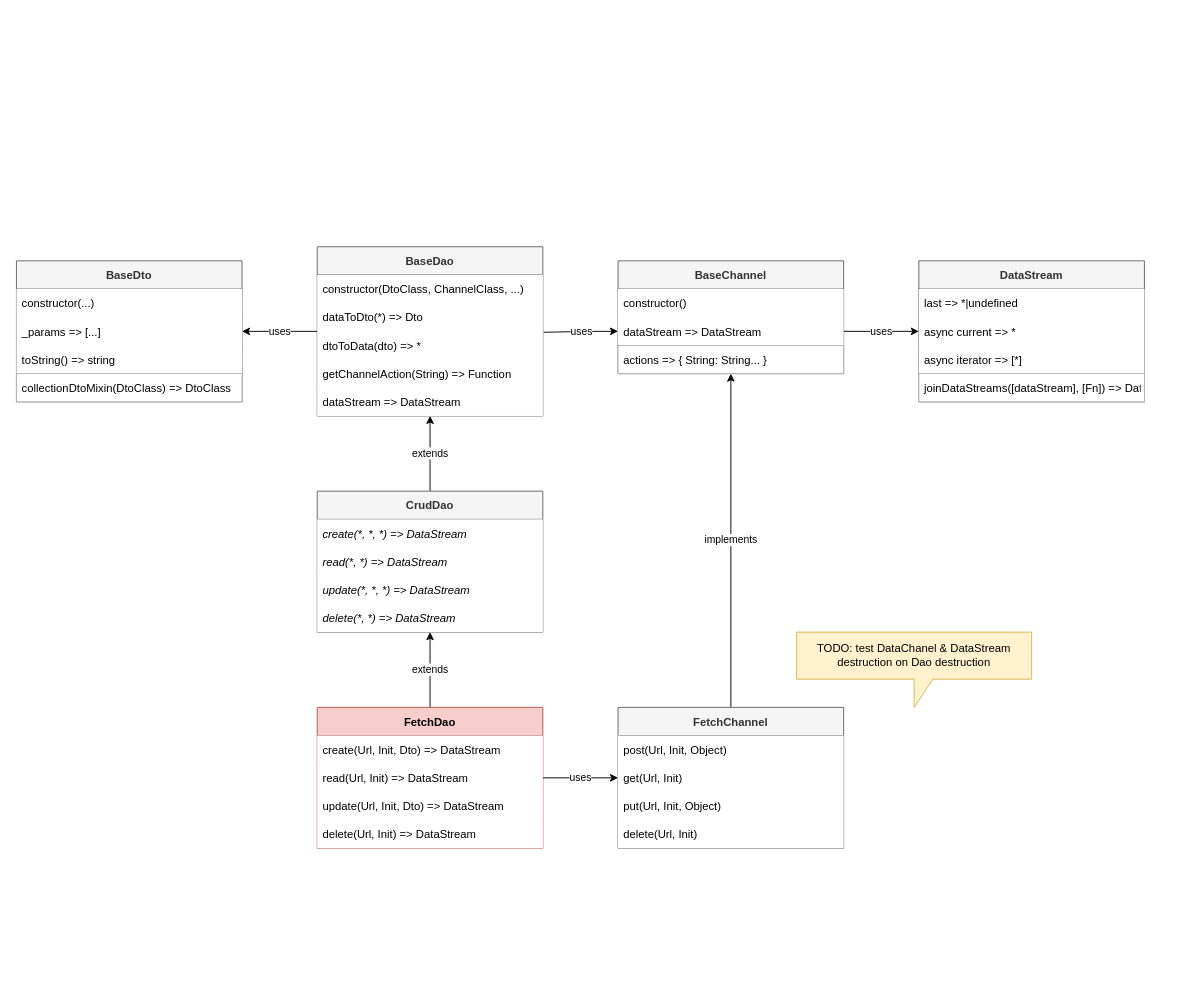
This is architecture.drawio from sposh/data-access, a draw.io file, before an edit. Source tidied: cells renumbered, new cells numbered last; positions are measured from the earlier drawing's top-left corner, leaving out a move shared by most shapes. Both pictures are drawn from the tidied source at 94%, with x=0, y=0 at pixel (16, 246).
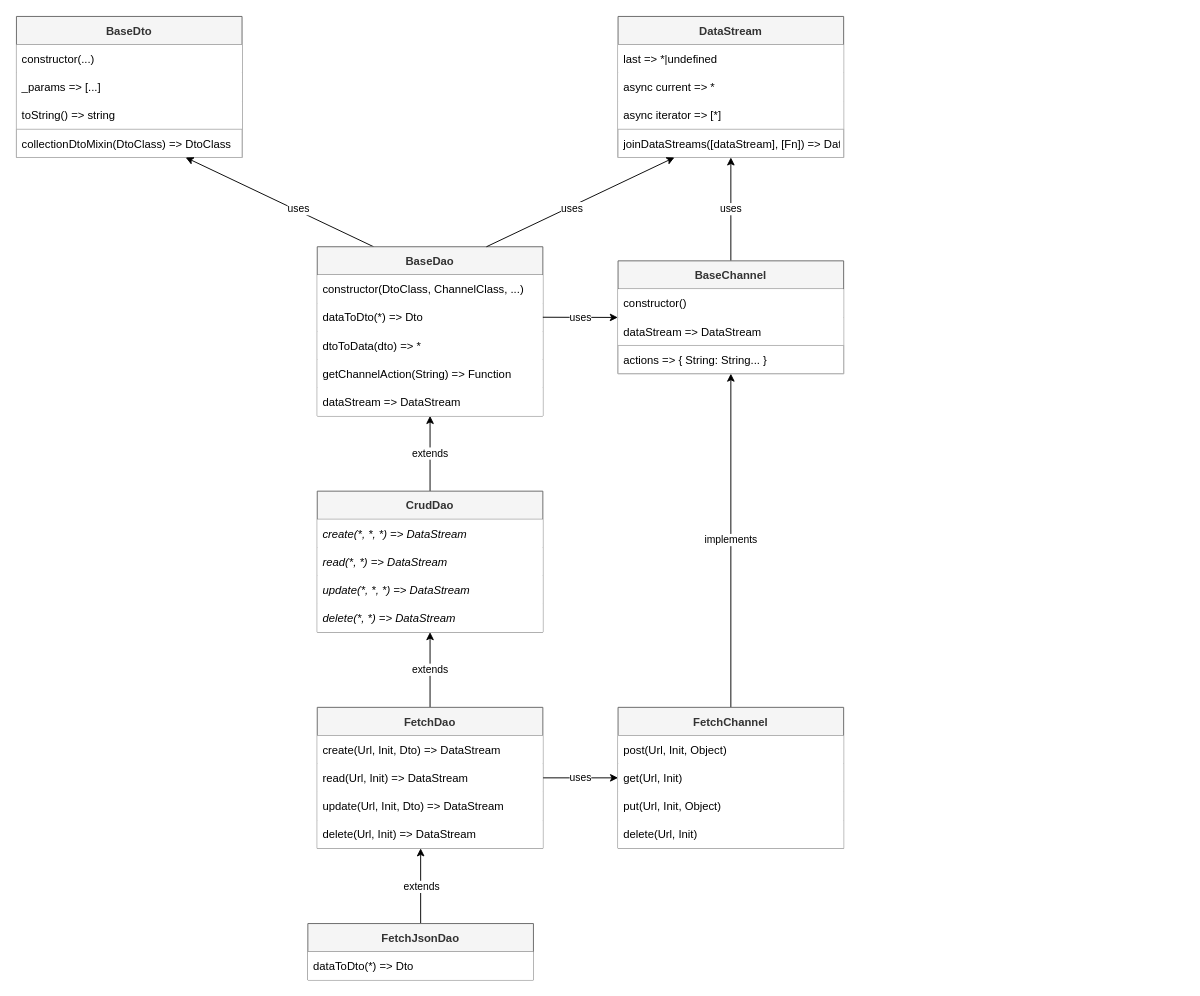
The same page after the edit.

The change refers to these unchanged cells:
```xml
<mxCell id="15" value="BaseDao" style="swimlane;fontStyle=1;horizontal=1;startSize=30;fillColor=#f5f5f5;fontColor=#333333;strokeColor=#666666;" parent="1" vertex="1">
  <mxGeometry x="320" width="240" height="180" as="geometry" />
</mxCell>
<mxCell id="17" value="dataToDto(*) =&gt; Dto" style="text;strokeColor=none;fillColor=default;align=left;verticalAlign=middle;spacingLeft=4;spacingRight=4;overflow=hidden;points=[[0,0.5],[1,0.5]];portConstraint=eastwest;" parent="15" vertex="1">
  <mxGeometry y="60" width="240" height="30" as="geometry" />
</mxCell>
<mxCell id="41" value="BaseChannel" style="swimlane;fontStyle=1;horizontal=1;startSize=30;fillColor=#f5f5f5;fontColor=#333333;strokeColor=#666666;" parent="1" vertex="1">
  <mxGeometry x="640" y="15" width="240" height="120" as="geometry" />
</mxCell>
<mxCell id="42" value="constructor()" style="text;strokeColor=none;fillColor=default;align=left;verticalAlign=middle;spacingLeft=4;spacingRight=4;overflow=hidden;points=[[0,0.5],[1,0.5]];portConstraint=eastwest;" parent="41" vertex="1">
  <mxGeometry y="30" width="240" height="30" as="geometry" />
</mxCell>
<mxCell id="43" value="dataStream =&gt; DataStream" style="text;strokeColor=none;fillColor=default;align=left;verticalAlign=middle;spacingLeft=4;spacingRight=4;overflow=hidden;points=[[0,0.5],[1,0.5]];portConstraint=eastwest;" parent="41" vertex="1">
  <mxGeometry y="60" width="240" height="30" as="geometry" />
</mxCell>
```

Change to the diagram source:
```diff
@@
     <mxCell id="2" value="BaseDto" style="swimlane;fontStyle=1;horizontal=1;startSize=30;fillColor=#f5f5f5;fontColor=#333333;strokeColor=#666666;" parent="1" vertex="1">
-      <mxGeometry y="15" width="240" height="150" as="geometry" />
+      <mxGeometry y="-245" width="240" height="150" as="geometry" />
     </mxCell>
@@
     <mxCell id="7" value="DataStream" style="swimlane;fontStyle=1;horizontal=1;startSize=30;fillColor=#f5f5f5;fontColor=#333333;strokeColor=#666666;" parent="1" vertex="1">
-      <mxGeometry x="960" y="15" width="240" height="150" as="geometry" />
+      <mxGeometry x="640" y="-245" width="240" height="150" as="geometry" />
     </mxCell>
@@
-    <mxCell id="12" value="uses" style="edgeStyle=orthogonalEdgeStyle;rounded=0;jettySize=auto;html=1;exitX=1;exitY=0.5;exitDx=0;exitDy=0;" parent="1" edge="1" source="43" target="7">
+    <mxCell id="12" value="uses" style="edgeStyle=orthogonalEdgeStyle;rounded=0;jettySize=auto;html=1;exitX=0.5;exitY=0;exitDx=0;exitDy=0;entryX=0.5;entryY=1;entryDx=0;entryDy=0;" parent="1" edge="1" source="41" target="7">
       <mxGeometry relative="1" as="geometry" />
     </mxCell>
-    <mxCell id="13" value="uses" style="edgeStyle=orthogonalEdgeStyle;rounded=0;jettySize=auto;html=1;" parent="1" edge="1" source="15" target="2">
-      <mxGeometry relative="1" as="geometry" />
+    <mxCell id="13" value="uses" style="rounded=0;jettySize=auto;html=1;exitX=0.25;exitY=0;exitDx=0;exitDy=0;entryX=0.75;entryY=1;entryDx=0;entryDy=0;" parent="1" edge="1" source="15" target="2">
+      <mxGeometry x="-0.19" y="-2" relative="1" as="geometry" />
     </mxCell>
-    <mxCell id="14" value="uses" style="edgeStyle=orthogonalEdgeStyle;rounded=0;jettySize=auto;html=1;entryX=0;entryY=0.5;entryDx=0;entryDy=0;exitX=1.004;exitY=1.033;exitDx=0;exitDy=0;exitPerimeter=0;" parent="1" edge="1" source="17" target="43">
-      <mxGeometry relative="1" as="geometry">
-        <Array as="points">
-          <mxPoint x="610" y="90" />
-          <mxPoint x="610" y="90" />
-        </Array>
-      </mxGeometry>
-    </mxCell>
@@
-    <mxCell id="35" value="FetchDao" style="swimlane;fontStyle=1;horizontal=1;startSize=30;fillColor=#f8cecc;strokeColor=#b85450;" parent="1" vertex="1">
+    <mxCell id="35" value="FetchDao" style="swimlane;fontStyle=1;horizontal=1;startSize=30;fillColor=#f5f5f5;strokeColor=#666666;fontColor=#333333;" parent="1" vertex="1">
       <mxGeometry x="320" y="490" width="240" height="150" as="geometry" />
     </mxCell>
@@
-    <mxCell id="40" value="TODO: test DataChanel &amp;amp; DataStream destruction on Dao destruction" style="shape=callout;whiteSpace=wrap;html=1;perimeter=calloutPerimeter;fillColor=#fff2cc;strokeColor=#d6b656;" parent="1" vertex="1">
-      <mxGeometry x="830" y="410" width="250" height="80" as="geometry" />
-    </mxCell>
@@
+    <mxCell id="45" value="uses" style="rounded=0;jettySize=auto;html=1;exitX=0.75;exitY=0;exitDx=0;exitDy=0;entryX=0.25;entryY=1;entryDx=0;entryDy=0;" parent="1" edge="1" source="15" target="7">
+      <mxGeometry x="-0.11" y="-2" relative="1" as="geometry">
+        <mxPoint x="1" as="offset" />
+      </mxGeometry>
+    </mxCell>
+    <mxCell id="46" value="uses" style="edgeStyle=none;rounded=0;jettySize=auto;html=1;exitX=1;exitY=0.5;exitDx=0;exitDy=0;entryX=-0.001;entryY=1.007;entryDx=0;entryDy=0;entryPerimeter=0;" parent="1" edge="1" source="17" target="42">
+      <mxGeometry relative="1" as="geometry" />
+    </mxCell>
+    <mxCell id="47" value="extends" style="edgeStyle=orthogonalEdgeStyle;rounded=0;jettySize=auto;html=1;" parent="1" edge="1" source="48">
+      <mxGeometry relative="1" as="geometry">
+        <mxPoint x="430" y="640" as="targetPoint" />
+      </mxGeometry>
+    </mxCell>
+    <mxCell id="48" value="FetchJsonDao" style="swimlane;fontStyle=1;horizontal=1;startSize=30;fillColor=#f5f5f5;strokeColor=#666666;fontColor=#333333;" parent="1" vertex="1">
+      <mxGeometry x="310" y="720" width="240" height="60" as="geometry" />
+    </mxCell>
+    <mxCell id="49" value="dataToDto(*) =&gt; Dto" style="text;strokeColor=none;fillColor=default;align=left;verticalAlign=middle;spacingLeft=4;spacingRight=4;overflow=hidden;" parent="48" vertex="1">
+      <mxGeometry y="30" width="240" height="30" as="geometry" />
+    </mxCell>
```
